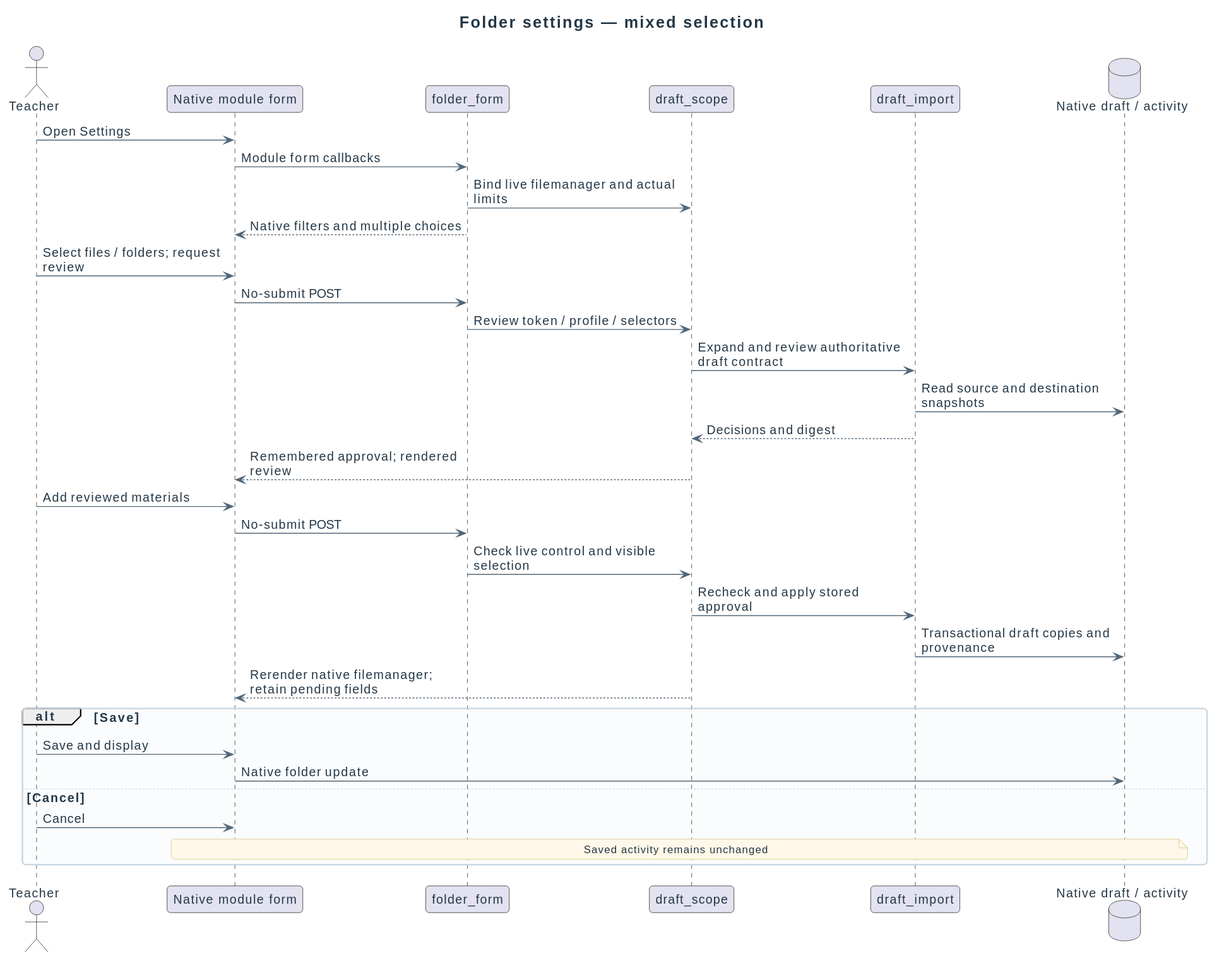
This is docs/diagrams/design/sequences/folder-selection.svg from didactika/moodle-local_coursefiles, a PlantUML export, as it was before one commit.
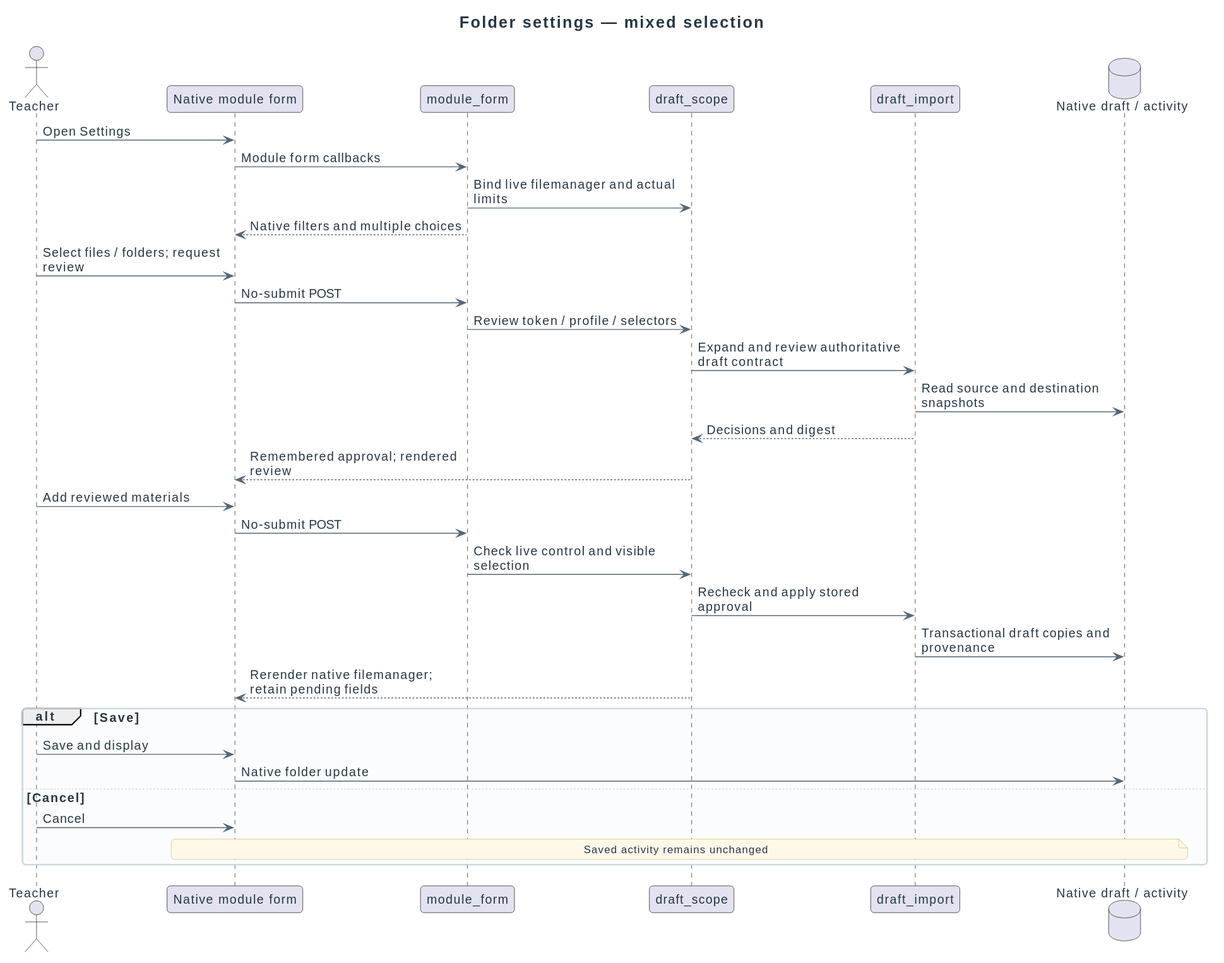
Later version of the same file.

Change to the diagram source:
```diff
@@ -4,7 +4,7 @@
 title Folder settings — mixed selection
 actor Teacher
 participant "Native module form" as Form
-participant "folder_form" as Integration
+participant "module_form" as Integration
 participant "draft_scope" as Scope
 participant "draft_import" as Batch
 database "Native draft / activity" as Files
```
